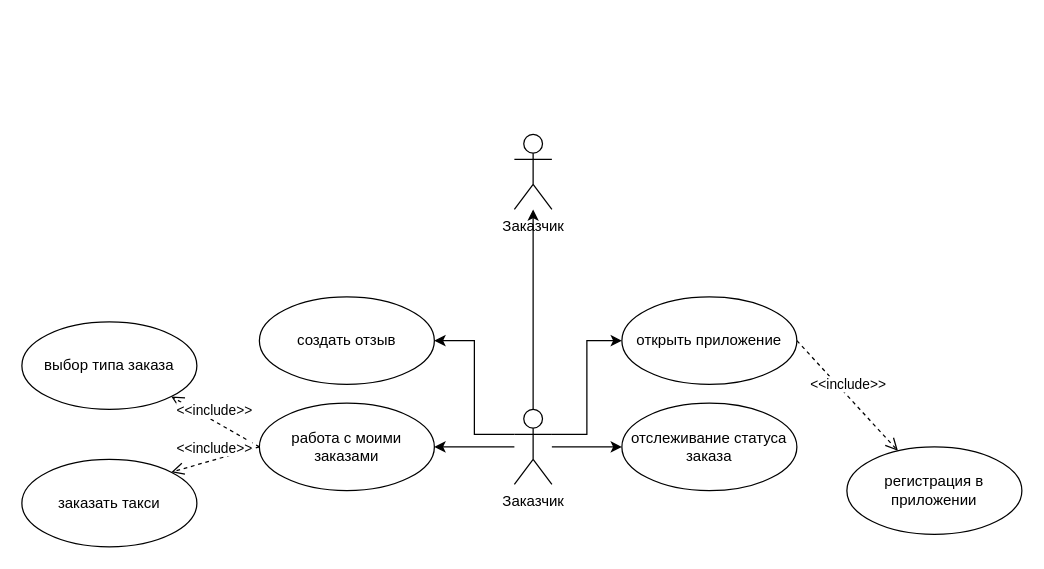
ENOTSUS/yandextaxi keeps this draw.io diagram as Диаграмма без названия.drawio. Above is the earlier version. Source tidied: cells renumbered, new cells numbered last; positions are measured from the earlier drawing's top-left corner, leaving out a move shared by most shapes. Both pictures are drawn from the tidied source at 125%, with x=0, y=0 at pixel (21, 134).
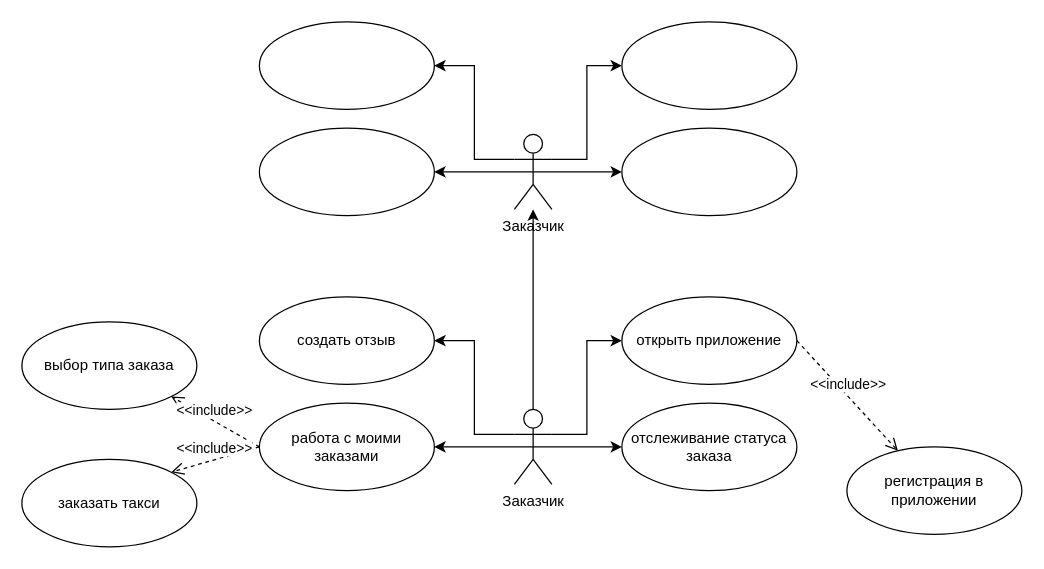
After the change.

The change refers to these unchanged cells:
```xml
<mxCell id="7" value="Заказчик" style="shape=umlActor;verticalLabelPosition=bottom;verticalAlign=top;html=1;outlineConnect=0;" parent="1" vertex="1">
  <mxGeometry x="394" y="220" width="30" height="60" as="geometry" />
</mxCell>
<mxCell id="8" value="работа с моими заказами" style="ellipse;whiteSpace=wrap;html=1;" parent="1" vertex="1">
  <mxGeometry x="190" y="215" width="140" height="70" as="geometry" />
</mxCell>
<mxCell id="9" value="отслеживание статуса заказа" style="ellipse;whiteSpace=wrap;html=1;" parent="1" vertex="1">
  <mxGeometry x="480" y="215" width="140" height="70" as="geometry" />
</mxCell>
<mxCell id="18" value="Заказчик" style="shape=umlActor;verticalLabelPosition=bottom;verticalAlign=top;html=1;outlineConnect=0;" parent="1" vertex="1">
  <mxGeometry x="394" width="30" height="60" as="geometry" />
</mxCell>
```

Change to the diagram source:
```diff
@@
-    <mxCell id="2" style="edgeStyle=orthogonalEdgeStyle;rounded=0;jettySize=auto;html=1;" parent="1" edge="1" source="7" target="8">
+    <mxCell id="2" style="edgeStyle=orthogonalEdgeStyle;rounded=0;jettySize=auto;html=1;exitX=0.5;exitY=0.5;exitDx=0;exitDy=0;exitPerimeter=0;" parent="1" edge="1" source="7" target="8">
       <mxGeometry relative="1" as="geometry" />
     </mxCell>
-    <mxCell id="3" style="edgeStyle=orthogonalEdgeStyle;rounded=0;jettySize=auto;html=1;entryX=0;entryY=0.5;entryDx=0;entryDy=0;" parent="1" edge="1" source="7" target="9">
+    <mxCell id="3" style="edgeStyle=orthogonalEdgeStyle;rounded=0;jettySize=auto;html=1;entryX=0;entryY=0.5;entryDx=0;entryDy=0;exitX=0.5;exitY=0.5;exitDx=0;exitDy=0;exitPerimeter=0;" parent="1" edge="1" source="7" target="9">
       <mxGeometry relative="1" as="geometry" />
     </mxCell>
@@
+    <mxCell id="19" style="edgeStyle=orthogonalEdgeStyle;rounded=0;jettySize=auto;html=1;exitX=0.5;exitY=0.5;exitDx=0;exitDy=0;exitPerimeter=0;" parent="1" edge="1" source="18" target="23">
+      <mxGeometry relative="1" as="geometry" />
+    </mxCell>
+    <mxCell id="20" style="edgeStyle=orthogonalEdgeStyle;rounded=0;jettySize=auto;html=1;entryX=0;entryY=0.5;entryDx=0;entryDy=0;exitX=0.5;exitY=0.5;exitDx=0;exitDy=0;exitPerimeter=0;" parent="1" edge="1" source="18" target="24">
+      <mxGeometry relative="1" as="geometry" />
+    </mxCell>
+    <mxCell id="21" style="edgeStyle=orthogonalEdgeStyle;rounded=0;jettySize=auto;html=1;exitX=0;exitY=0.3333333333333333;exitDx=0;exitDy=0;exitPerimeter=0;entryX=1;entryY=0.5;entryDx=0;entryDy=0;" parent="1" edge="1" source="18" target="25">
+      <mxGeometry relative="1" as="geometry" />
+    </mxCell>
+    <mxCell id="22" style="edgeStyle=orthogonalEdgeStyle;rounded=0;jettySize=auto;html=1;exitX=1;exitY=0.3333333333333333;exitDx=0;exitDy=0;exitPerimeter=0;entryX=0;entryY=0.5;entryDx=0;entryDy=0;" parent="1" edge="1" source="18" target="26">
+      <mxGeometry relative="1" as="geometry" />
+    </mxCell>
@@
+    <mxCell id="23" style="ellipse;whiteSpace=wrap;html=1;" parent="1" vertex="1">
+      <mxGeometry x="190" y="-5" width="140" height="70" as="geometry" />
+    </mxCell>
+    <mxCell id="24" style="ellipse;whiteSpace=wrap;html=1;" parent="1" vertex="1">
+      <mxGeometry x="480" y="-5" width="140" height="70" as="geometry" />
+    </mxCell>
+    <mxCell id="25" style="ellipse;whiteSpace=wrap;html=1;" parent="1" vertex="1">
+      <mxGeometry x="190" y="-90" width="140" height="70" as="geometry" />
+    </mxCell>
+    <mxCell id="26" style="ellipse;whiteSpace=wrap;html=1;" parent="1" vertex="1">
+      <mxGeometry x="480" y="-90" width="140" height="70" as="geometry" />
+    </mxCell>
```
